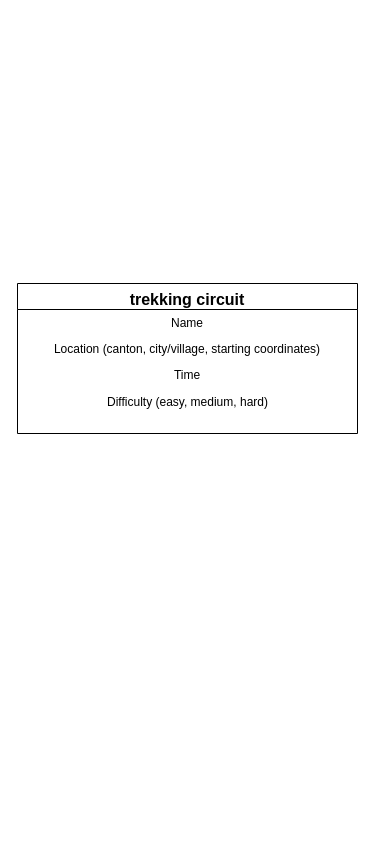
Fabio-Zampetti/trekkapp keeps this draw.io diagram as database_example.drawio. Above is the earlier version. Source tidied: cells renumbered, new cells numbered last; positions are measured from the earlier drawing's top-left corner, leaving out a move shared by most shapes. Both pictures are drawn from the tidied source at 100%, with x=0, y=0 at pixel (17, 283).
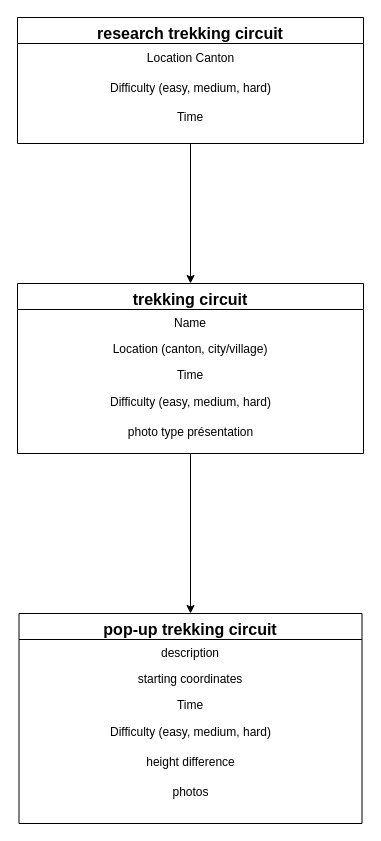
The same page after the edit.

Commit message:
Mettre à jour database_example.drawio

What changed in the source:
```diff
@@
+    <mxCell id="7" style="edgeStyle=orthogonalEdgeStyle;rounded=0;jettySize=auto;html=1;exitX=0.5;exitY=1;exitDx=0;exitDy=0;entryX=0.5;entryY=0;entryDx=0;entryDy=0;" parent="1" edge="1" source="2" target="9">
+      <mxGeometry relative="1" as="geometry" />
+    </mxCell>
     <mxCell id="2" value="trekking circuit&#10;" style="swimlane;fontStyle=1;align=center;verticalAlign=top;horizontal=1;startSize=26;rounded=0;shadow=0;strokeWidth=1;fontSize=16;" parent="1" vertex="1">
-      <mxGeometry width="340" height="150" as="geometry" />
+      <mxGeometry width="346" height="170" as="geometry" />
     </mxCell>
     <mxCell id="3" value="Name" style="text;align=center;verticalAlign=top;spacingLeft=4;spacingRight=4;overflow=hidden;" parent="2" vertex="1">
-      <mxGeometry y="26" width="340" height="26" as="geometry" />
+      <mxGeometry y="26" width="346" height="26" as="geometry" />
     </mxCell>
-    <mxCell id="4" value="Location (canton, city/village, starting coordinates)&#10;" style="text;align=center;verticalAlign=top;spacingLeft=4;spacingRight=4;overflow=hidden;rounded=0;shadow=0;html=0;" parent="2" vertex="1">
-      <mxGeometry y="52" width="340" height="26" as="geometry" />
+    <mxCell id="4" value="Location (canton, city/village)&#10;" style="text;align=center;verticalAlign=top;spacingLeft=4;spacingRight=4;overflow=hidden;rounded=0;shadow=0;html=0;" parent="2" vertex="1">
+      <mxGeometry y="52" width="346" height="26" as="geometry" />
     </mxCell>
     <mxCell id="5" value="Time" style="text;align=center;verticalAlign=top;spacingLeft=4;spacingRight=4;overflow=hidden;rounded=0;shadow=0;html=0;" parent="2" vertex="1">
-      <mxGeometry y="78" width="340" height="26" as="geometry" />
+      <mxGeometry y="78" width="346" height="26" as="geometry" />
     </mxCell>
     <mxCell id="6" value="&lt;div&gt;Difficulty (easy, medium, hard)&lt;/div&gt;" style="text;html=1;align=center;verticalAlign=middle;strokeColor=none;fillColor=none;" parent="2" vertex="1">
-      <mxGeometry y="104" width="340" height="30" as="geometry" />
+      <mxGeometry y="104" width="346" height="30" as="geometry" />
     </mxCell>
+    <mxCell id="8" value="photo type présentation" style="text;html=1;align=center;verticalAlign=middle;strokeColor=none;fillColor=none;" parent="2" vertex="1">
+      <mxGeometry y="134" width="346" height="30" as="geometry" />
+    </mxCell>
+    <mxCell id="9" value="pop-up trekking circuit" style="swimlane;fontStyle=1;align=center;verticalAlign=top;horizontal=1;startSize=26;rounded=0;shadow=0;strokeWidth=1;fontSize=16;" parent="1" vertex="1">
+      <mxGeometry x="1.5" y="330" width="343" height="210" as="geometry" />
+    </mxCell>
+    <mxCell id="10" value="description" style="text;align=center;verticalAlign=top;spacingLeft=4;spacingRight=4;overflow=hidden;" parent="9" vertex="1">
+      <mxGeometry y="26" width="343" height="26" as="geometry" />
+    </mxCell>
+    <mxCell id="11" value="starting coordinates&#10;" style="text;align=center;verticalAlign=top;spacingLeft=4;spacingRight=4;overflow=hidden;rounded=0;shadow=0;html=0;" parent="9" vertex="1">
+      <mxGeometry y="52" width="343" height="26" as="geometry" />
+    </mxCell>
+    <mxCell id="12" value="Time" style="text;align=center;verticalAlign=top;spacingLeft=4;spacingRight=4;overflow=hidden;rounded=0;shadow=0;html=0;" parent="9" vertex="1">
+      <mxGeometry y="78" width="343" height="26" as="geometry" />
+    </mxCell>
+    <mxCell id="13" value="&lt;div&gt;Difficulty (easy, medium, hard)&lt;/div&gt;" style="text;html=1;align=center;verticalAlign=middle;strokeColor=none;fillColor=none;" parent="9" vertex="1">
+      <mxGeometry y="104" width="343" height="30" as="geometry" />
+    </mxCell>
+    <mxCell id="14" value="height difference" style="text;html=1;align=center;verticalAlign=middle;strokeColor=none;fillColor=none;" parent="9" vertex="1">
+      <mxGeometry y="134" width="343" height="30" as="geometry" />
+    </mxCell>
+    <mxCell id="15" value="photos" style="text;html=1;align=center;verticalAlign=middle;strokeColor=none;fillColor=none;" parent="9" vertex="1">
+      <mxGeometry y="164" width="343" height="30" as="geometry" />
+    </mxCell>
+    <mxCell id="16" style="edgeStyle=orthogonalEdgeStyle;rounded=0;jettySize=auto;html=1;exitX=0.5;exitY=1;exitDx=0;exitDy=0;entryX=0.5;entryY=0;entryDx=0;entryDy=0;" parent="1" edge="1" source="17" target="2">
+      <mxGeometry relative="1" as="geometry" />
+    </mxCell>
+    <mxCell id="17" value="research trekking circuit" style="swimlane;fontStyle=1;align=center;verticalAlign=top;horizontal=1;startSize=26;rounded=0;shadow=0;strokeWidth=1;fontSize=16;" parent="1" vertex="1">
+      <mxGeometry y="-266" width="346" height="126" as="geometry" />
+    </mxCell>
+    <mxCell id="18" value="Location Canton" style="text;html=1;align=center;verticalAlign=middle;strokeColor=none;fillColor=none;" parent="17" vertex="1">
+      <mxGeometry y="26" width="346" height="30" as="geometry" />
+    </mxCell>
+    <mxCell id="19" value="&lt;div&gt;Difficulty (easy, medium, hard)&lt;/div&gt;" style="text;html=1;align=center;verticalAlign=middle;strokeColor=none;fillColor=none;" parent="17" vertex="1">
+      <mxGeometry y="56" width="346" height="30" as="geometry" />
+    </mxCell>
+    <mxCell id="20" value="Time" style="text;align=center;verticalAlign=top;spacingLeft=4;spacingRight=4;overflow=hidden;rounded=0;shadow=0;html=0;" parent="17" vertex="1">
+      <mxGeometry y="86" width="346" height="26" as="geometry" />
+    </mxCell>
```
